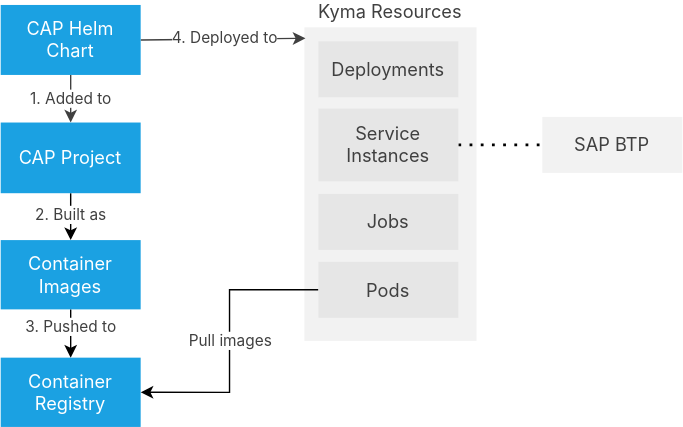
The draw.io diagram guides/deployment/assets/deploy-kyma.drawio.svg in cap-js/docs, before a commit. Source tidied: cells renumbered, new cells last; positions are measured from the earlier drawing's top-left corner, leaving out a move shared by most shapes.
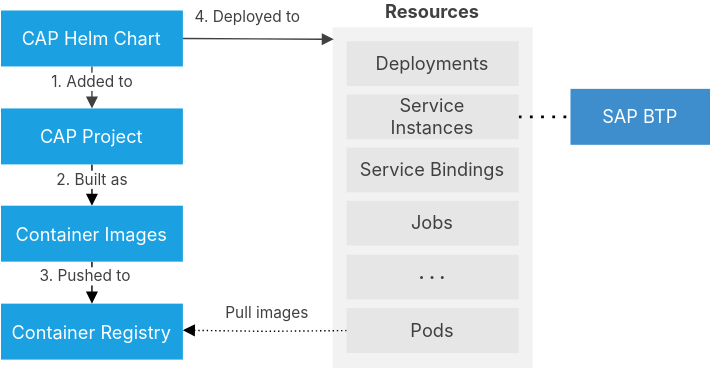
After the change.

Commit message:
`cds up` for Kyma (#1737)

See internal for preview

---------

Change to the diagram source:
```diff
@@ -2,53 +2,63 @@
   <root>
     <mxCell id="0" />
     <mxCell id="1" parent="0" />
-    <mxCell id="2" value="&lt;span style=&quot;font-size: 13px&quot;&gt;&lt;font color=&quot;#404040&quot;&gt;Kyma Resources&lt;/font&gt;&lt;/span&gt;" style="rounded=0;whiteSpace=wrap;html=1;fontStyle=0;sketch=0;fontSize=13;fontFamily='Avenir Next', 'Inter var', 'Inter', Helvetica, Arial, sans-serif;fontColor=#333333;fillColor=#F2F2F2;strokeColor=none;labelPosition=center;verticalLabelPosition=top;align=center;verticalAlign=bottom;" parent="1" vertex="1">
-      <mxGeometry x="217" y="16" width="123" height="224" as="geometry" />
+    <mxCell id="2" value="&lt;span style=&quot;font-size: 13px&quot;&gt;&lt;font color=&quot;#404040&quot;&gt;&lt;b&gt;Kubernetes Resources&lt;/b&gt;&lt;/font&gt;&lt;/span&gt;" style="rounded=0;whiteSpace=wrap;html=1;fontStyle=0;sketch=0;fontSize=13;fontFamily=&quot;Avenir Next&quot;, &quot;Inter var&quot;, Inter, ui-sans-serif, system-ui, -apple-system, &quot;system-ui&quot;, &quot;Segoe UI&quot;, Roboto, &quot;Helvetica Neue&quot;, Helvetica, Arial, &quot;Noto Sans&quot;, sans-serif, &quot;Apple Color Emoji&quot;, &quot;Segoe UI Emoji&quot;, &quot;Segoe UI Symbol&quot;, &quot;Noto Color Emoji&quot;;fontColor=#333333;fillColor=#F2F2F2;strokeColor=none;labelPosition=center;verticalLabelPosition=top;align=center;verticalAlign=bottom;" parent="1" vertex="1">
+      <mxGeometry x="217" y="16" width="143" height="244" as="geometry" />
     </mxCell>
-    <mxCell id="3" value="&amp;nbsp;4. Deployed to&amp;nbsp;" style="edgeStyle=none;html=1;exitX=1;exitY=0.5;exitDx=0;exitDy=0;sketch=0;fontFamily='Avenir Next', 'Inter var', 'Inter', Helvetica, Arial, sans-serif;fontColor=#404040;strokeColor=#404040;rounded=0;entryX=0.006;entryY=0.035;entryDx=0;entryDy=0;entryPerimeter=0;" parent="1" edge="1" source="5" target="2">
-      <mxGeometry x="0.02" relative="1" as="geometry" />
+    <mxCell id="3" value="&amp;nbsp;&amp;nbsp;4. Deployed to&amp;nbsp;&amp;nbsp;" style="edgeStyle=none;html=1;exitX=1;exitY=0.5;exitDx=0;exitDy=0;sketch=0;fontFamily=&quot;Avenir Next&quot;, &quot;Inter var&quot;, Inter, ui-sans-serif, system-ui, -apple-system, &quot;system-ui&quot;, &quot;Segoe UI&quot;, Roboto, &quot;Helvetica Neue&quot;, Helvetica, Arial, &quot;Noto Sans&quot;, sans-serif, &quot;Apple Color Emoji&quot;, &quot;Segoe UI Emoji&quot;, &quot;Segoe UI Symbol&quot;, &quot;Noto Color Emoji&quot;;fontColor=#404040;strokeColor=#404040;rounded=0;entryX=0.006;entryY=0.035;entryDx=0;entryDy=0;entryPerimeter=0;endArrow=block;endFill=1;spacing=5;spacingLeft=5;spacingRight=5;" parent="1" edge="1" source="5" target="2">
+      <mxGeometry x="-0.15" y="15" relative="1" as="geometry" />
     </mxCell>
-    <mxCell id="4" value="1. Added to" style="edgeStyle=none;html=1;sketch=0;fontFamily='Avenir Next', 'Inter var', 'Inter', Helvetica, Arial, sans-serif;fontColor=#404040;fillColor=#1ba1e2;strokeColor=#404040;rounded=0;exitX=0.5;exitY=1;exitDx=0;exitDy=0;" parent="1" edge="1" source="5" target="7">
-      <mxGeometry relative="1" as="geometry" />
+    <mxCell id="4" value="&lt;span&gt;1. Added to&lt;/span&gt;" style="edgeStyle=none;html=1;sketch=0;fontFamily=&quot;Avenir Next&quot;, &quot;Inter var&quot;, Inter, ui-sans-serif, system-ui, -apple-system, &quot;system-ui&quot;, &quot;Segoe UI&quot;, Roboto, &quot;Helvetica Neue&quot;, Helvetica, Arial, &quot;Noto Sans&quot;, sans-serif, &quot;Apple Color Emoji&quot;, &quot;Segoe UI Emoji&quot;, &quot;Segoe UI Symbol&quot;, &quot;Noto Color Emoji&quot;;fontColor=#404040;fillColor=#1ba1e2;strokeColor=#404040;rounded=0;labelBackgroundColor=default;endArrow=block;endFill=1;exitX=0.5;exitY=1;exitDx=0;exitDy=0;spacingTop=3;" parent="1" edge="1" source="5" target="7">
+      <mxGeometry x="-0.41" relative="1" as="geometry" />
     </mxCell>
-    <mxCell id="5" value="&lt;span style=&quot;font-size: 13px&quot;&gt;CAP Helm Chart&lt;/span&gt;" style="rounded=0;whiteSpace=wrap;html=1;fontStyle=0;sketch=0;fontSize=13;fillColor=#1ba1e2;strokeColor=none;fontFamily='Avenir Next', 'Inter var', 'Inter', Helvetica, Arial, sans-serif;fontColor=#ffffff;spacing=9;" parent="1" vertex="1">
-      <mxGeometry width="100" height="50" as="geometry" />
+    <mxCell id="5" value="&lt;span style=&quot;font-size: 13px&quot;&gt;&lt;font style=&quot;color: rgb(255, 255, 255);&quot;&gt;CAP Helm Chart&lt;/font&gt;&lt;/span&gt;" style="rounded=0;whiteSpace=wrap;html=1;fontStyle=0;sketch=0;fontSize=13;fillColor=#1ba1e2;strokeColor=none;fontFamily=&quot;Avenir Next&quot;, &quot;Inter var&quot;, Inter, ui-sans-serif, system-ui, -apple-system, &quot;system-ui&quot;, &quot;Segoe UI&quot;, Roboto, &quot;Helvetica Neue&quot;, Helvetica, Arial, &quot;Noto Sans&quot;, sans-serif, &quot;Apple Color Emoji&quot;, &quot;Segoe UI Emoji&quot;, &quot;Segoe UI Symbol&quot;, &quot;Noto Color Emoji&quot;;fontColor=default;spacing=9;" parent="1" vertex="1">
+      <mxGeometry x="-20" y="4" width="130" height="40" as="geometry" />
     </mxCell>
-    <mxCell id="6" value="2. Built as" style="edgeStyle=orthogonalEdgeStyle;rounded=0;jettySize=auto;html=1;exitX=0.5;exitY=1;exitDx=0;exitDy=0;fontColor=#404040;fontFamily='Avenir Next', 'Inter var', 'Inter', Helvetica, Arial, sans-serif;" parent="1" edge="1" source="7" target="10">
-      <mxGeometry x="0.23" relative="1" as="geometry" />
+    <mxCell id="6" value="2. Built as" style="edgeStyle=orthogonalEdgeStyle;rounded=0;jettySize=auto;html=1;exitX=0.5;exitY=1;exitDx=0;exitDy=0;fontColor=#404040;fontFamily=&quot;Avenir Next&quot;, &quot;Inter var&quot;, Inter, ui-sans-serif, system-ui, -apple-system, &quot;system-ui&quot;, &quot;Segoe UI&quot;, Roboto, &quot;Helvetica Neue&quot;, Helvetica, Arial, &quot;Noto Sans&quot;, sans-serif, &quot;Apple Color Emoji&quot;, &quot;Segoe UI Emoji&quot;, &quot;Segoe UI Symbol&quot;, &quot;Noto Color Emoji&quot;;endArrow=block;endFill=1;spacingTop=-1;" parent="1" edge="1" source="7" target="10">
+      <mxGeometry x="0.14" relative="1" as="geometry" />
     </mxCell>
-    <mxCell id="7" value="&lt;span style=&quot;font-size: 13px&quot;&gt;CAP Project&lt;/span&gt;" style="rounded=0;whiteSpace=wrap;html=1;fontStyle=0;sketch=0;fontSize=13;fillColor=#1ba1e2;strokeColor=none;fontFamily='Avenir Next', 'Inter var', 'Inter', Helvetica, Arial, sans-serif;fontColor=#ffffff;spacing=9;" parent="1" vertex="1">
-      <mxGeometry y="84" width="100" height="50.5" as="geometry" />
+    <mxCell id="7" value="&lt;span style=&quot;font-size: 13px&quot;&gt;&lt;font style=&quot;color: rgb(255, 255, 255);&quot;&gt;CAP Project&lt;/font&gt;&lt;/span&gt;" style="rounded=0;whiteSpace=wrap;html=1;fontStyle=0;sketch=0;fontSize=13;fillColor=#1ba1e2;strokeColor=none;fontFamily=&quot;Avenir Next&quot;, &quot;Inter var&quot;, Inter, ui-sans-serif, system-ui, -apple-system, &quot;system-ui&quot;, &quot;Segoe UI&quot;, Roboto, &quot;Helvetica Neue&quot;, Helvetica, Arial, &quot;Noto Sans&quot;, sans-serif, &quot;Apple Color Emoji&quot;, &quot;Segoe UI Emoji&quot;, &quot;Segoe UI Symbol&quot;, &quot;Noto Color Emoji&quot;;fontColor=default;spacing=9;" parent="1" vertex="1">
+      <mxGeometry x="-20" y="74" width="130" height="40" as="geometry" />
     </mxCell>
-    <mxCell id="8" value="&lt;span style=&quot;font-size: 13px&quot;&gt;SAP BTP&lt;/span&gt;" style="rounded=0;whiteSpace=wrap;html=1;fontStyle=0;sketch=0;fontSize=13;fillColor=#F2F2F2;strokeColor=none;fontFamily='Avenir Next', 'Inter var', 'Inter', Helvetica, Arial, sans-serif;fontColor=#404040;spacing=9;" parent="1" vertex="1">
-      <mxGeometry x="387" y="80" width="100" height="40" as="geometry" />
+    <mxCell id="8" value="&lt;span style=&quot;font-size: 13px&quot;&gt;&lt;font style=&quot;color: rgb(255, 255, 255);&quot;&gt;SAP BTP&lt;/font&gt;&lt;/span&gt;" style="rounded=0;whiteSpace=wrap;html=1;fontStyle=0;sketch=0;fontSize=13;fillColor=#3E8ECD;strokeColor=none;fontFamily=&quot;Avenir Next&quot;, &quot;Inter var&quot;, Inter, ui-sans-serif, system-ui, -apple-system, &quot;system-ui&quot;, &quot;Segoe UI&quot;, Roboto, &quot;Helvetica Neue&quot;, Helvetica, Arial, &quot;Noto Sans&quot;, sans-serif, &quot;Apple Color Emoji&quot;, &quot;Segoe UI Emoji&quot;, &quot;Segoe UI Symbol&quot;, &quot;Noto Color Emoji&quot;;fontColor=#FFFFFF;spacing=9;" parent="1" vertex="1">
+      <mxGeometry x="387" y="60" width="100" height="40" as="geometry" />
     </mxCell>
-    <mxCell id="9" value="&lt;font color=&quot;#404040&quot;&gt;3. Pushed to&lt;/font&gt;" style="edgeStyle=orthogonalEdgeStyle;rounded=0;jettySize=auto;html=1;exitX=0.5;exitY=1;exitDx=0;exitDy=0;fontFamily='Avenir Next', 'Inter var', 'Inter', Helvetica, Arial, sans-serif;entryX=0.5;entryY=0;entryDx=0;entryDy=0;" parent="1" edge="1" source="10" target="11">
-      <mxGeometry x="-0.28" relative="1" as="geometry" />
+    <mxCell id="9" value="&lt;font color=&quot;#404040&quot;&gt;3. Pushed to&lt;/font&gt;" style="edgeStyle=orthogonalEdgeStyle;rounded=0;jettySize=auto;html=1;exitX=0.5;exitY=1;exitDx=0;exitDy=0;fontFamily=&quot;Avenir Next&quot;, &quot;Inter var&quot;, Inter, ui-sans-serif, system-ui, -apple-system, &quot;system-ui&quot;, &quot;Segoe UI&quot;, Roboto, &quot;Helvetica Neue&quot;, Helvetica, Arial, &quot;Noto Sans&quot;, sans-serif, &quot;Apple Color Emoji&quot;, &quot;Segoe UI Emoji&quot;, &quot;Segoe UI Symbol&quot;, &quot;Noto Color Emoji&quot;;entryX=0.5;entryY=0;entryDx=0;entryDy=0;endArrow=block;endFill=1;" parent="1" edge="1" source="10" target="11">
+      <mxGeometry x="-0.35" y="-5" relative="1" as="geometry" />
     </mxCell>
-    <mxCell id="10" value="&lt;span style=&quot;font-size: 13px&quot;&gt;Container Images&lt;/span&gt;" style="rounded=0;whiteSpace=wrap;html=1;fontStyle=0;sketch=0;fontSize=13;fillColor=#1ba1e2;strokeColor=none;fontFamily='Avenir Next', 'Inter var', 'Inter', Helvetica, Arial, sans-serif;fontColor=#ffffff;spacing=9;" parent="1" vertex="1">
-      <mxGeometry y="168" width="100" height="49.5" as="geometry" />
+    <mxCell id="10" value="&lt;span style=&quot;font-size: 13px&quot;&gt;&lt;font style=&quot;color: rgb(255, 255, 255);&quot;&gt;Container Images&lt;/font&gt;&lt;/span&gt;" style="rounded=0;whiteSpace=wrap;html=1;fontStyle=0;sketch=0;fontSize=13;fillColor=#1ba1e2;strokeColor=none;fontFamily=&quot;Avenir Next&quot;, &quot;Inter var&quot;, Inter, ui-sans-serif, system-ui, -apple-system, &quot;system-ui&quot;, &quot;Segoe UI&quot;, Roboto, &quot;Helvetica Neue&quot;, Helvetica, Arial, &quot;Noto Sans&quot;, sans-serif, &quot;Apple Color Emoji&quot;, &quot;Segoe UI Emoji&quot;, &quot;Segoe UI Symbol&quot;, &quot;Noto Color Emoji&quot;;fontColor=default;spacing=9;" parent="1" vertex="1">
+      <mxGeometry x="-20" y="143.5" width="130" height="40" as="geometry" />
     </mxCell>
-    <mxCell id="11" value="&lt;span style=&quot;font-size: 13px&quot;&gt;Container Registry&lt;/span&gt;" style="rounded=0;whiteSpace=wrap;html=1;fontStyle=0;sketch=0;fontSize=13;fillColor=#1ba1e2;strokeColor=none;fontFamily='Avenir Next', 'Inter var', 'Inter', Helvetica, Arial, sans-serif;fontColor=#ffffff;spacing=9;" parent="1" vertex="1">
-      <mxGeometry y="252" width="100" height="49.5" as="geometry" />
+    <mxCell id="11" value="&lt;span style=&quot;font-size: 13px&quot;&gt;&lt;font style=&quot;color: rgb(255, 255, 255);&quot;&gt;Container Registry&lt;/font&gt;&lt;/span&gt;" style="rounded=0;whiteSpace=wrap;html=1;fontStyle=0;sketch=0;fontSize=13;fillColor=#1ba1e2;strokeColor=none;fontFamily=&quot;Avenir Next&quot;, &quot;Inter var&quot;, Inter, ui-sans-serif, system-ui, -apple-system, &quot;system-ui&quot;, &quot;Segoe UI&quot;, Roboto, &quot;Helvetica Neue&quot;, Helvetica, Arial, &quot;Noto Sans&quot;, sans-serif, &quot;Apple Color Emoji&quot;, &quot;Segoe UI Emoji&quot;, &quot;Segoe UI Symbol&quot;, &quot;Noto Color Emoji&quot;;fontColor=default;spacing=9;" parent="1" vertex="1">
+      <mxGeometry x="-20" y="213.5" width="130" height="40" as="geometry" />
     </mxCell>
-    <mxCell id="12" value="Pull images" style="edgeStyle=orthogonalEdgeStyle;rounded=0;jettySize=auto;html=1;exitX=0;exitY=0.5;exitDx=0;exitDy=0;entryX=1;entryY=0.5;entryDx=0;entryDy=0;fontColor=#404040;fontFamily='Avenir Next', 'Inter var', 'Inter', Helvetica, Arial, sans-serif;" parent="1" edge="1" source="17" target="11">
-      <mxGeometry relative="1" as="geometry" />
+    <mxCell id="12" value="Pull images" style="edgeStyle=orthogonalEdgeStyle;rounded=0;orthogonalLoop=1;jettySize=auto;html=1;exitX=0;exitY=0.5;exitDx=0;exitDy=0;entryX=1;entryY=0.5;entryDx=0;entryDy=0;fontColor=#404040;fontFamily=&quot;Avenir Next&quot;, &quot;Inter var&quot;, Inter, ui-sans-serif, system-ui, -apple-system, &quot;system-ui&quot;, &quot;Segoe UI&quot;, Roboto, &quot;Helvetica Neue&quot;, Helvetica, Arial, &quot;Noto Sans&quot;, sans-serif, &quot;Apple Color Emoji&quot;, &quot;Segoe UI Emoji&quot;, &quot;Segoe UI Symbol&quot;, &quot;Noto Color Emoji&quot;;endArrow=block;endFill=1;dashed=1;dashPattern=1 2;" parent="1" edge="1">
+      <mxGeometry x="-0.01" y="-13" relative="1" as="geometry">
+        <mxPoint x="227" y="232.8" as="sourcePoint" />
+        <mxPoint x="110" y="232.5" as="targetPoint" />
+        <mxPoint x="1" as="offset" />
+      </mxGeometry>
     </mxCell>
-    <mxCell id="13" style="endArrow=none;dashed=1;html=1;dashPattern=1 3;strokeWidth=2;rounded=0;exitX=1;exitY=0.5;exitDx=0;exitDy=0;entryX=0;entryY=0.5;entryDx=0;entryDy=0;fontFamily='Avenir Next', 'Inter var', 'Inter', Helvetica, Arial, sans-serif;" parent="1" edge="1" source="15" target="8">
+    <mxCell id="13" style="endArrow=none;dashed=1;html=1;dashPattern=1 3;strokeWidth=2;rounded=0;exitX=1;exitY=0.5;exitDx=0;exitDy=0;entryX=0;entryY=0.5;entryDx=0;entryDy=0;fontFamily=&quot;Avenir Next&quot;, &quot;Inter var&quot;, Inter, ui-sans-serif, system-ui, -apple-system, &quot;system-ui&quot;, &quot;Segoe UI&quot;, Roboto, &quot;Helvetica Neue&quot;, Helvetica, Arial, &quot;Noto Sans&quot;, sans-serif, &quot;Apple Color Emoji&quot;, &quot;Segoe UI Emoji&quot;, &quot;Segoe UI Symbol&quot;, &quot;Noto Color Emoji&quot;;" parent="1" edge="1" source="15" target="8">
       <mxGeometry relative="1" as="geometry" />
     </mxCell>
-    <mxCell id="14" value="&lt;span style=&quot;font-size: 13px&quot;&gt;Deployments&lt;/span&gt;" style="rounded=0;whiteSpace=wrap;html=1;fontStyle=0;sketch=0;fontSize=13;fillColor=#E6E6E6;strokeColor=none;fontFamily='Avenir Next', 'Inter var', 'Inter', Helvetica, Arial, sans-serif;fontColor=#404040;spacing=9;" parent="1" vertex="1">
-      <mxGeometry x="227" y="26" width="100" height="40" as="geometry" />
+    <mxCell id="14" value="&lt;span style=&quot;font-size: 13px&quot;&gt;Deployments&lt;/span&gt;" style="rounded=0;whiteSpace=wrap;html=1;fontStyle=0;sketch=0;fontSize=13;fillColor=#E6E6E6;strokeColor=none;fontFamily=&quot;Avenir Next&quot;, &quot;Inter var&quot;, Inter, ui-sans-serif, system-ui, -apple-system, &quot;system-ui&quot;, &quot;Segoe UI&quot;, Roboto, &quot;Helvetica Neue&quot;, Helvetica, Arial, &quot;Noto Sans&quot;, sans-serif, &quot;Apple Color Emoji&quot;, &quot;Segoe UI Emoji&quot;, &quot;Segoe UI Symbol&quot;, &quot;Noto Color Emoji&quot;;fontColor=#404040;spacing=9;" parent="1" vertex="1">
+      <mxGeometry x="227" y="26" width="123" height="32" as="geometry" />
     </mxCell>
-    <mxCell id="15" value="&lt;span style=&quot;font-size: 13px&quot;&gt;Service Instances&lt;/span&gt;" style="rounded=0;whiteSpace=wrap;html=1;fontStyle=0;sketch=0;fontSize=13;fillColor=#E6E6E6;strokeColor=none;fontFamily='Avenir Next', 'Inter var', 'Inter', Helvetica, Arial, sans-serif;fontColor=#404040;spacing=9;" parent="1" vertex="1">
-      <mxGeometry x="227" y="74" width="100" height="52" as="geometry" />
+    <mxCell id="15" value="&lt;span style=&quot;font-size: 13px&quot;&gt;Service Instances&lt;/span&gt;" style="rounded=0;whiteSpace=wrap;html=1;fontStyle=0;sketch=0;fontSize=13;fillColor=#E6E6E6;strokeColor=none;fontFamily=&quot;Avenir Next&quot;, &quot;Inter var&quot;, Inter, ui-sans-serif, system-ui, -apple-system, &quot;system-ui&quot;, &quot;Segoe UI&quot;, Roboto, &quot;Helvetica Neue&quot;, Helvetica, Arial, &quot;Noto Sans&quot;, sans-serif, &quot;Apple Color Emoji&quot;, &quot;Segoe UI Emoji&quot;, &quot;Segoe UI Symbol&quot;, &quot;Noto Color Emoji&quot;;fontColor=#404040;spacing=9;" parent="1" vertex="1">
+      <mxGeometry x="227" y="64" width="123" height="32" as="geometry" />
     </mxCell>
-    <mxCell id="16" value="&lt;span style=&quot;font-size: 13px&quot;&gt;Jobs&lt;/span&gt;" style="rounded=0;whiteSpace=wrap;html=1;fontStyle=0;sketch=0;fontSize=13;fillColor=#E6E6E6;strokeColor=none;fontFamily='Avenir Next', 'Inter var', 'Inter', Helvetica, Arial, sans-serif;fontColor=#404040;spacing=9;" parent="1" vertex="1">
-      <mxGeometry x="227" y="135" width="100" height="40" as="geometry" />
+    <mxCell id="16" value="&lt;span style=&quot;font-size: 13px&quot;&gt;Service Bindings&lt;/span&gt;" style="rounded=0;whiteSpace=wrap;html=1;fontStyle=0;sketch=0;fontSize=13;fillColor=#E6E6E6;strokeColor=none;fontFamily=&quot;Avenir Next&quot;, &quot;Inter var&quot;, Inter, ui-sans-serif, system-ui, -apple-system, &quot;system-ui&quot;, &quot;Segoe UI&quot;, Roboto, &quot;Helvetica Neue&quot;, Helvetica, Arial, &quot;Noto Sans&quot;, sans-serif, &quot;Apple Color Emoji&quot;, &quot;Segoe UI Emoji&quot;, &quot;Segoe UI Symbol&quot;, &quot;Noto Color Emoji&quot;;fontColor=#404040;spacing=9;" parent="1" vertex="1">
+      <mxGeometry x="227" y="102" width="123" height="32" as="geometry" />
     </mxCell>
-    <mxCell id="17" value="&lt;span style=&quot;font-size: 13px&quot;&gt;Pods&lt;/span&gt;" style="rounded=0;whiteSpace=wrap;html=1;fontStyle=0;sketch=0;fontSize=13;fillColor=#E6E6E6;strokeColor=none;fontFamily='Avenir Next', 'Inter var', 'Inter', Helvetica, Arial, sans-serif;fontColor=#404040;spacing=9;" parent="1" vertex="1">
-      <mxGeometry x="227" y="183.5" width="100" height="40" as="geometry" />
+    <mxCell id="17" value="&lt;span style=&quot;font-size: 13px&quot;&gt;Pods&lt;/span&gt;" style="rounded=0;whiteSpace=wrap;html=1;fontStyle=0;sketch=0;fontSize=13;fillColor=#E6E6E6;strokeColor=none;fontFamily=&quot;Avenir Next&quot;, &quot;Inter var&quot;, Inter, ui-sans-serif, system-ui, -apple-system, &quot;system-ui&quot;, &quot;Segoe UI&quot;, Roboto, &quot;Helvetica Neue&quot;, Helvetica, Arial, &quot;Noto Sans&quot;, sans-serif, &quot;Apple Color Emoji&quot;, &quot;Segoe UI Emoji&quot;, &quot;Segoe UI Symbol&quot;, &quot;Noto Color Emoji&quot;;fontColor=#404040;spacing=9;" parent="1" vertex="1">
+      <mxGeometry x="227" y="216.8" width="123" height="32" as="geometry" />
     </mxCell>
+    <mxCell id="18" value="&lt;span style=&quot;font-size: 13px&quot;&gt;Jobs&lt;/span&gt;" style="rounded=0;whiteSpace=wrap;html=1;fontStyle=0;sketch=0;fontSize=13;fillColor=#E6E6E6;strokeColor=none;fontFamily=&quot;Avenir Next&quot;, &quot;Inter var&quot;, Inter, ui-sans-serif, system-ui, -apple-system, &quot;system-ui&quot;, &quot;Segoe UI&quot;, Roboto, &quot;Helvetica Neue&quot;, Helvetica, Arial, &quot;Noto Sans&quot;, sans-serif, &quot;Apple Color Emoji&quot;, &quot;Segoe UI Emoji&quot;, &quot;Segoe UI Symbol&quot;, &quot;Noto Color Emoji&quot;;fontColor=#404040;spacing=9;" parent="1" vertex="1">
+      <mxGeometry x="227" y="140" width="123" height="32" as="geometry" />
+    </mxCell>
+    <mxCell id="19" value="&lt;b&gt;· · ·&lt;/b&gt;" style="rounded=0;whiteSpace=wrap;html=1;fontStyle=0;sketch=0;fontSize=13;fillColor=#E6E6E6;strokeColor=none;fontFamily=&quot;Avenir Next&quot;, &quot;Inter var&quot;, Inter, ui-sans-serif, system-ui, -apple-system, &quot;system-ui&quot;, &quot;Segoe UI&quot;, Roboto, &quot;Helvetica Neue&quot;, Helvetica, Arial, &quot;Noto Sans&quot;, sans-serif, &quot;Apple Color Emoji&quot;, &quot;Segoe UI Emoji&quot;, &quot;Segoe UI Symbol&quot;, &quot;Noto Color Emoji&quot;;fontColor=#404040;spacing=9;" parent="1" vertex="1">
+      <mxGeometry x="227" y="178.5" width="123" height="32" as="geometry" />
+    </mxCell>
   </root>
 </mxGraphModel>
```
